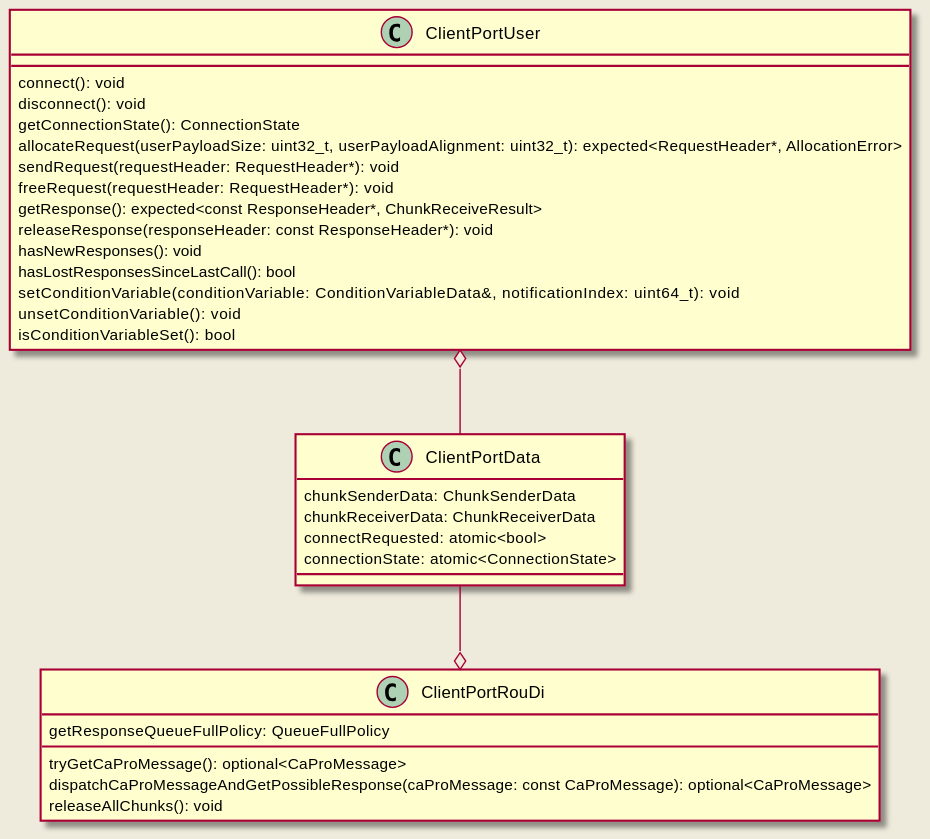
Above: doc/website/images/client_port.svg in eclipse-iceoryx/iceoryx (PlantUML), before the change. Its source is kept beside it as doc/design/diagrams/request_response/client_port.puml. The source it was exported from:
```plantuml
@startuml

class ClientPortData {
  chunkSenderData: ChunkSenderData
  chunkReceiverData: ChunkReceiverData
  connectRequested: atomic<bool>
  connectionState: atomic<ConnectionState>
}

class ClientPortUser {
  connect(): void
  disconnect(): void
  getConnectionState(): ConnectionState
  allocateRequest(userPayloadSize: uint32_t, userPayloadAlignment: uint32_t): expected<RequestHeader*, AllocationError>
  sendRequest(requestHeader: RequestHeader*): void
  freeRequest(requestHeader: RequestHeader*): void
  getResponse(): expected<const ResponseHeader*, ChunkReceiveResult>
  releaseResponse(responseHeader: const ResponseHeader*): void
  hasNewResponses(): void
  hasLostResponsesSinceLastCall(): bool
  setConditionVariable(conditionVariable: ConditionVariableData&, notificationIndex: uint64_t): void
  unsetConditionVariable(): void
  isConditionVariableSet(): bool
}

class ClientPortRouDi {
  getResponseQueueFullPolicy: QueueFullPolicy
  tryGetCaProMessage(): optional<CaProMessage>
  dispatchCaProMessageAndGetPossibleResponse(caProMessage: const CaProMessage): optional<CaProMessage>
  releaseAllChunks(): void
}

ClientPortUser o-- ClientPortData
ClientPortData --o ClientPortRouDi

@enduml
```
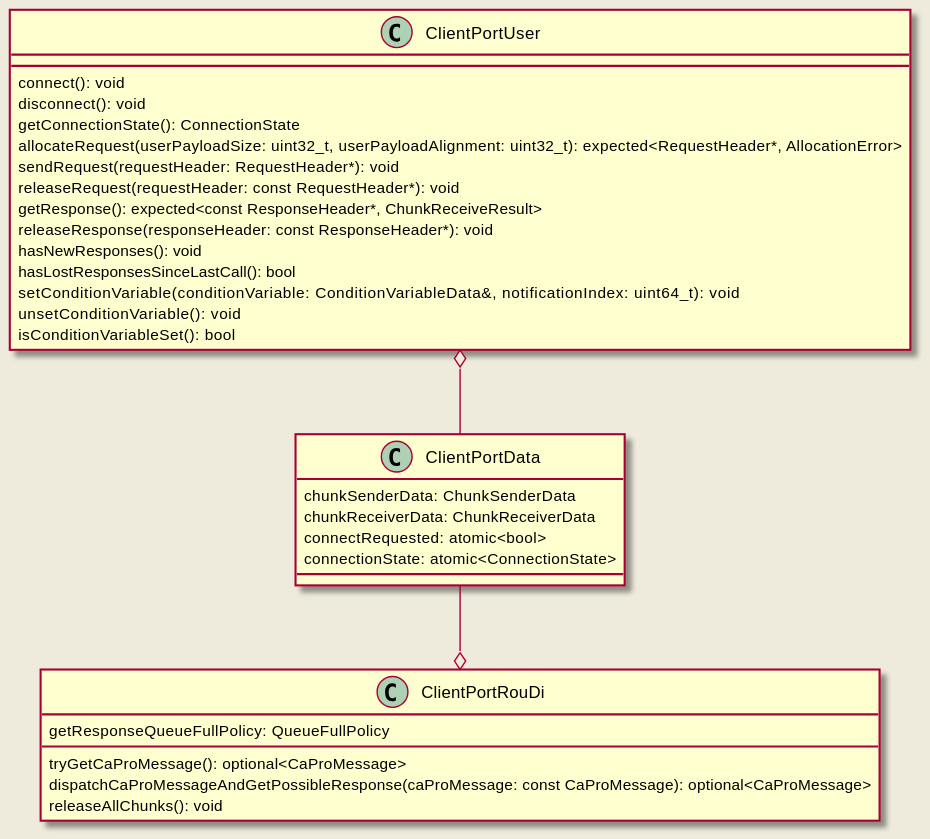
After the commit.

The edit, as a diff of the source:
```diff
@@ -13,7 +13,7 @@
   getConnectionState(): ConnectionState
   allocateRequest(userPayloadSize: uint32_t, userPayloadAlignment: uint32_t): expected<RequestHeader*, AllocationError>
   sendRequest(requestHeader: RequestHeader*): void
-  freeRequest(requestHeader: RequestHeader*): void
+  releaseRequest(requestHeader: const RequestHeader*): void
   getResponse(): expected<const ResponseHeader*, ChunkReceiveResult>
   releaseResponse(responseHeader: const ResponseHeader*): void
   hasNewResponses(): void
```
